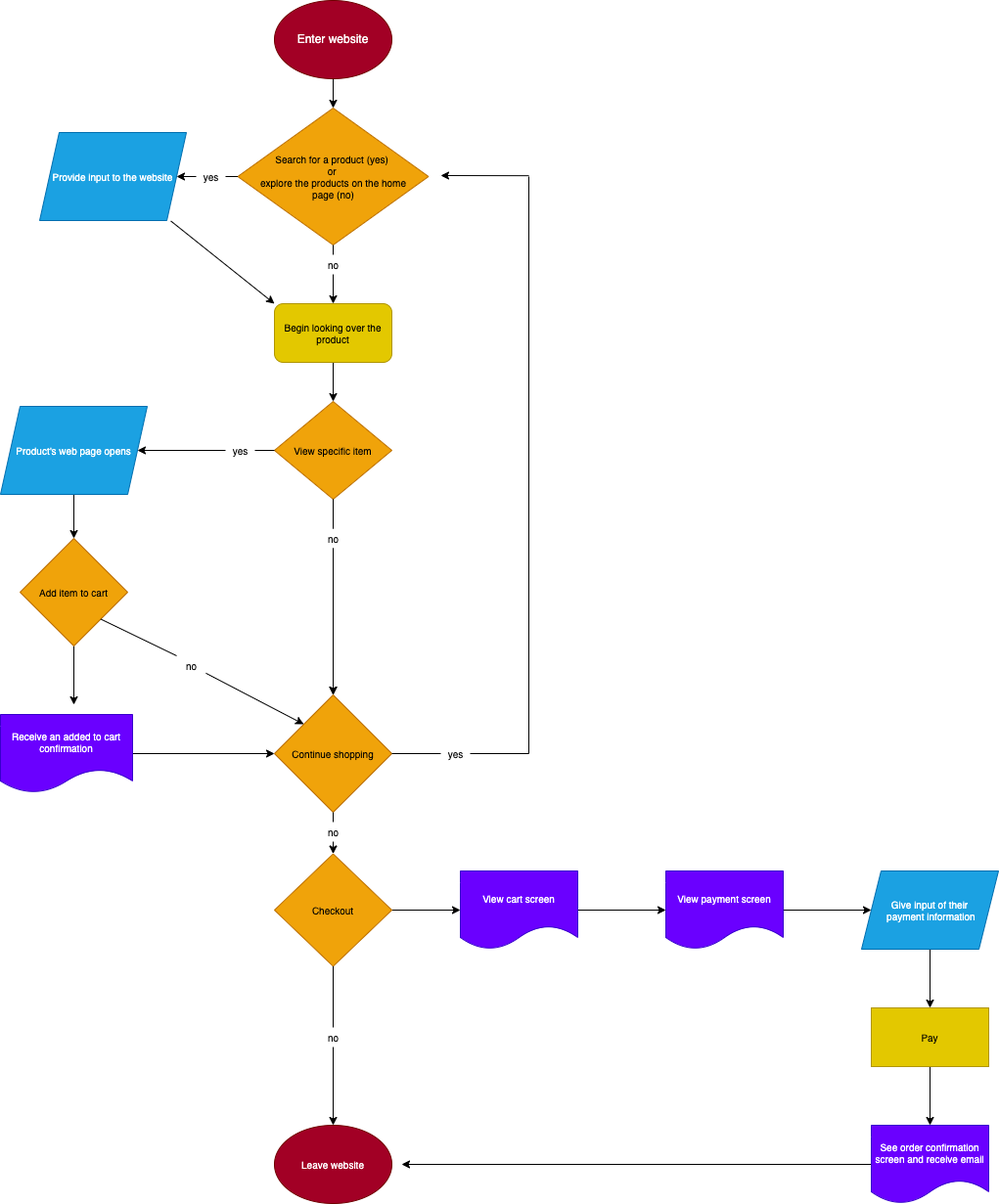
This is explore/diagramming/diagram.drawio.png from gdietz8/fa22-cse110-lab4, a draw.io export, as it was before one commit. Source tidied: cells renumbered, new cells last; positions are measured from the earlier drawing's top-left corner, leaving out a move shared by most shapes. Source of this version:
```xml
<mxGraphModel>
  <root>
    <mxCell id="0" />
    <mxCell id="1" parent="0" />
    <mxCell id="2" style="edgeStyle=none;html=1;fontFamily=Helvetica;fontSize=10;" parent="1" edge="1" source="3" target="6">
      <mxGeometry relative="1" as="geometry" />
    </mxCell>
    <mxCell id="3" value="Enter website" style="ellipse;whiteSpace=wrap;html=1;fontFamily=Helvetica;fillColor=#a20025;fontColor=#ffffff;strokeColor=#6F0000;" parent="1" vertex="1">
      <mxGeometry x="280" width="120" height="80" as="geometry" />
    </mxCell>
    <mxCell id="4" style="edgeStyle=none;html=1;fontFamily=Helvetica;fontSize=10;startArrow=none;" parent="1" edge="1" source="15" target="8">
      <mxGeometry relative="1" as="geometry" />
    </mxCell>
    <mxCell id="5" style="edgeStyle=none;html=1;fontFamily=Helvetica;fontSize=10;startArrow=none;" parent="1" edge="1" source="17" target="10">
      <mxGeometry relative="1" as="geometry" />
    </mxCell>
    <mxCell id="6" value="Search for a product (yes) &lt;br&gt;or &lt;br&gt;explore the products on the home&lt;br&gt;page (no)" style="rhombus;whiteSpace=wrap;html=1;fontFamily=Helvetica;fontSize=10;fillColor=#f0a30a;fontColor=#000000;strokeColor=#BD7000;" parent="1" vertex="1">
      <mxGeometry x="242.5" y="110" width="195" height="140" as="geometry" />
    </mxCell>
    <mxCell id="7" style="edgeStyle=none;html=1;fontFamily=Helvetica;fontSize=10;entryX=0;entryY=0;entryDx=0;entryDy=0;exitX=0.894;exitY=1.005;exitDx=0;exitDy=0;exitPerimeter=0;" parent="1" edge="1" source="8" target="10">
      <mxGeometry relative="1" as="geometry" />
    </mxCell>
    <mxCell id="8" value="Provide input to the website" style="shape=parallelogram;perimeter=parallelogramPerimeter;whiteSpace=wrap;html=1;fixedSize=1;fontFamily=Helvetica;fontSize=10;fillColor=#1ba1e2;fontColor=#ffffff;strokeColor=#006EAF;" parent="1" vertex="1">
      <mxGeometry x="40" y="135" width="150" height="90" as="geometry" />
    </mxCell>
    <mxCell id="9" style="edgeStyle=none;html=1;fontFamily=Helvetica;fontSize=10;" parent="1" edge="1" source="10" target="14">
      <mxGeometry relative="1" as="geometry" />
    </mxCell>
    <mxCell id="10" value="Begin looking over the product" style="rounded=1;whiteSpace=wrap;html=1;fontSize=10;fillColor=#e3c800;fontColor=#000000;strokeColor=#B09500;" parent="1" vertex="1">
      <mxGeometry x="280" y="310" width="120" height="60" as="geometry" />
    </mxCell>
    <mxCell id="11" style="edgeStyle=none;html=1;fontFamily=Helvetica;fontSize=10;startArrow=none;" parent="1" edge="1" source="29" target="20">
      <mxGeometry relative="1" as="geometry" />
    </mxCell>
    <mxCell id="12" style="edgeStyle=none;html=1;fontFamily=Helvetica;fontSize=10;startArrow=none;" parent="1" edge="1" source="27" target="25">
      <mxGeometry relative="1" as="geometry" />
    </mxCell>
    <mxCell id="13" style="edgeStyle=none;html=1;fontFamily=Helvetica;fontSize=10;startArrow=none;" parent="1" edge="1" source="27" target="25">
      <mxGeometry relative="1" as="geometry" />
    </mxCell>
    <mxCell id="14" value="View specific item" style="rhombus;whiteSpace=wrap;html=1;fontFamily=Helvetica;fontSize=10;fillColor=#f0a30a;fontColor=#000000;strokeColor=#BD7000;" parent="1" vertex="1">
      <mxGeometry x="280" y="410" width="120" height="100" as="geometry" />
    </mxCell>
    <mxCell id="15" value="yes" style="text;html=1;align=center;verticalAlign=middle;points=[];fillColor=none;strokeColor=none;rounded=0;fontFamily=Helvetica;fontSize=10;" parent="1" vertex="1">
      <mxGeometry x="200" y="170" width="30" height="20" as="geometry" />
    </mxCell>
    <mxCell id="16" style="edgeStyle=none;html=1;fontFamily=Helvetica;fontSize=10;endArrow=none;" parent="1" edge="1" source="6" target="15">
      <mxGeometry relative="1" as="geometry" />
    </mxCell>
    <mxCell id="17" value="no" style="text;html=1;align=center;verticalAlign=middle;points=[];fillColor=none;strokeColor=none;rounded=0;fontFamily=Helvetica;fontSize=10;" parent="1" vertex="1">
      <mxGeometry x="325" y="260" width="30" height="20" as="geometry" />
    </mxCell>
    <mxCell id="18" style="edgeStyle=none;html=1;fontFamily=Helvetica;fontSize=10;endArrow=none;" parent="1" edge="1" source="6" target="17">
      <mxGeometry relative="1" as="geometry" />
    </mxCell>
    <mxCell id="19" style="edgeStyle=none;html=1;fontFamily=Helvetica;fontSize=10;" parent="1" edge="1" source="20" target="23">
      <mxGeometry relative="1" as="geometry" />
    </mxCell>
    <mxCell id="20" value="Product's web page opens" style="shape=parallelogram;perimeter=parallelogramPerimeter;whiteSpace=wrap;html=1;fixedSize=1;fontFamily=Helvetica;fontSize=10;fillColor=#1ba1e2;fontColor=#ffffff;strokeColor=#006EAF;" parent="1" vertex="1">
      <mxGeometry y="415" width="150" height="90" as="geometry" />
    </mxCell>
    <mxCell id="21" style="edgeStyle=none;html=1;fontFamily=Helvetica;fontSize=10;entryX=0;entryY=0;entryDx=0;entryDy=0;startArrow=none;" parent="1" edge="1" source="31" target="25">
      <mxGeometry relative="1" as="geometry" />
    </mxCell>
    <mxCell id="22" style="edgeStyle=none;html=1;fontFamily=Helvetica;fontSize=10;" parent="1" edge="1" source="23">
      <mxGeometry relative="1" as="geometry">
        <mxPoint x="75" y="720" as="targetPoint" />
      </mxGeometry>
    </mxCell>
    <mxCell id="23" value="Add item to cart" style="rhombus;whiteSpace=wrap;html=1;fontFamily=Helvetica;fontSize=10;fillColor=#f0a30a;fontColor=#000000;strokeColor=#BD7000;" parent="1" vertex="1">
      <mxGeometry x="20" y="550" width="110" height="110" as="geometry" />
    </mxCell>
    <mxCell id="24" style="edgeStyle=none;html=1;fontFamily=Helvetica;fontSize=10;startArrow=none;" parent="1" edge="1" source="43" target="42">
      <mxGeometry relative="1" as="geometry" />
    </mxCell>
    <mxCell id="25" value="Continue shopping" style="rhombus;whiteSpace=wrap;html=1;fontFamily=Helvetica;fontSize=10;fillColor=#f0a30a;fontColor=#000000;strokeColor=#BD7000;" parent="1" vertex="1">
      <mxGeometry x="280" y="710" width="120" height="120" as="geometry" />
    </mxCell>
    <mxCell id="26" style="edgeStyle=none;html=1;fontFamily=Helvetica;fontSize=10;endArrow=none;" parent="1" edge="1" source="14" target="27">
      <mxGeometry relative="1" as="geometry" />
    </mxCell>
    <mxCell id="27" value="no" style="text;html=1;align=center;verticalAlign=middle;points=[];fillColor=none;strokeColor=none;rounded=0;fontFamily=Helvetica;fontSize=10;" parent="1" vertex="1">
      <mxGeometry x="325" y="540" width="30" height="20" as="geometry" />
    </mxCell>
    <mxCell id="28" style="edgeStyle=none;html=1;fontFamily=Helvetica;fontSize=10;endArrow=none;" parent="1" edge="1" source="14" target="27">
      <mxGeometry relative="1" as="geometry" />
    </mxCell>
    <mxCell id="29" value="yes" style="text;html=1;align=center;verticalAlign=middle;points=[];fillColor=none;strokeColor=none;rounded=0;fontFamily=Helvetica;fontSize=10;" parent="1" vertex="1">
      <mxGeometry x="230" y="450" width="30" height="20" as="geometry" />
    </mxCell>
    <mxCell id="30" style="edgeStyle=none;html=1;fontFamily=Helvetica;fontSize=10;endArrow=none;" parent="1" edge="1" source="14" target="29">
      <mxGeometry relative="1" as="geometry" />
    </mxCell>
    <mxCell id="31" value="no" style="text;html=1;align=center;verticalAlign=middle;points=[];fillColor=none;strokeColor=none;rounded=0;fontFamily=Helvetica;fontSize=10;" parent="1" vertex="1">
      <mxGeometry x="180" y="670" width="30" height="20" as="geometry" />
    </mxCell>
    <mxCell id="32" style="edgeStyle=none;html=1;fontFamily=Helvetica;fontSize=10;entryX=0;entryY=0;entryDx=0;entryDy=0;endArrow=none;exitX=1;exitY=1;exitDx=0;exitDy=0;" parent="1" edge="1" source="23" target="31">
      <mxGeometry relative="1" as="geometry" />
    </mxCell>
    <mxCell id="33" style="edgeStyle=none;html=1;fontFamily=Helvetica;fontSize=10;entryX=0;entryY=0.5;entryDx=0;entryDy=0;" parent="1" edge="1" source="34" target="25">
      <mxGeometry relative="1" as="geometry" />
    </mxCell>
    <mxCell id="34" value="Receive an added to cart confirmation" style="shape=document;whiteSpace=wrap;html=1;boundedLbl=1;fontFamily=Helvetica;fontSize=10;fillColor=#6a00ff;fontColor=#ffffff;strokeColor=#3700CC;" parent="1" vertex="1">
      <mxGeometry y="730" width="135" height="80" as="geometry" />
    </mxCell>
    <mxCell id="35" style="endArrow=none;html=1;fontFamily=Helvetica;fontSize=10;startArrow=none;" parent="1" edge="1" source="38">
      <mxGeometry relative="1" as="geometry">
        <mxPoint x="540" y="770" as="targetPoint" />
      </mxGeometry>
    </mxCell>
    <mxCell id="36" style="endArrow=none;html=1;fontFamily=Helvetica;fontSize=10;" parent="1" edge="1">
      <mxGeometry relative="1" as="geometry">
        <mxPoint x="540" y="770" as="sourcePoint" />
        <mxPoint x="540" y="180" as="targetPoint" />
      </mxGeometry>
    </mxCell>
    <mxCell id="37" style="endArrow=classic;html=1;fontFamily=Helvetica;fontSize=10;" parent="1" edge="1">
      <mxGeometry relative="1" as="geometry">
        <mxPoint x="540" y="179.2" as="sourcePoint" />
        <mxPoint x="450" y="179" as="targetPoint" />
      </mxGeometry>
    </mxCell>
    <mxCell id="38" value="yes" style="text;html=1;align=center;verticalAlign=middle;points=[];fillColor=none;strokeColor=none;rounded=0;fontFamily=Helvetica;fontSize=10;" parent="1" vertex="1">
      <mxGeometry x="450" y="760" width="30" height="20" as="geometry" />
    </mxCell>
    <mxCell id="39" style="endArrow=none;html=1;fontFamily=Helvetica;fontSize=10;" parent="1" edge="1" target="38">
      <mxGeometry relative="1" as="geometry">
        <mxPoint x="400" y="770" as="sourcePoint" />
      </mxGeometry>
    </mxCell>
    <mxCell id="40" style="edgeStyle=none;html=1;exitX=0.5;exitY=1;exitDx=0;exitDy=0;entryX=0.5;entryY=0;entryDx=0;entryDy=0;fontFamily=Helvetica;fontSize=10;startArrow=none;" parent="1" edge="1" source="46" target="45">
      <mxGeometry relative="1" as="geometry" />
    </mxCell>
    <mxCell id="41" style="edgeStyle=none;html=1;exitX=1;exitY=0.5;exitDx=0;exitDy=0;entryX=0;entryY=0.5;entryDx=0;entryDy=0;fontFamily=Helvetica;fontSize=10;" parent="1" edge="1" source="42" target="49">
      <mxGeometry relative="1" as="geometry" />
    </mxCell>
    <mxCell id="42" value="Checkout" style="rhombus;whiteSpace=wrap;html=1;fontFamily=Helvetica;fontSize=10;fillColor=#f0a30a;fontColor=#000000;strokeColor=#BD7000;" parent="1" vertex="1">
      <mxGeometry x="280" y="872.5" width="120" height="115" as="geometry" />
    </mxCell>
    <mxCell id="43" value="no" style="text;html=1;align=center;verticalAlign=middle;points=[];fillColor=none;strokeColor=none;rounded=0;fontFamily=Helvetica;fontSize=10;" parent="1" vertex="1">
      <mxGeometry x="325" y="840" width="30" height="20" as="geometry" />
    </mxCell>
    <mxCell id="44" style="edgeStyle=none;html=1;fontFamily=Helvetica;fontSize=10;endArrow=none;" parent="1" edge="1" source="25" target="43">
      <mxGeometry relative="1" as="geometry" />
    </mxCell>
    <mxCell id="45" value="Leave website" style="ellipse;whiteSpace=wrap;html=1;fontFamily=Helvetica;fontSize=10;fillColor=#a20025;fontColor=#ffffff;strokeColor=#6F0000;" parent="1" vertex="1">
      <mxGeometry x="280" y="1150" width="120" height="80" as="geometry" />
    </mxCell>
    <mxCell id="46" value="no" style="text;html=1;align=center;verticalAlign=middle;points=[];fillColor=none;strokeColor=none;rounded=0;fontFamily=Helvetica;fontSize=10;" parent="1" vertex="1">
      <mxGeometry x="325" y="1050" width="30" height="20" as="geometry" />
    </mxCell>
    <mxCell id="47" style="edgeStyle=none;html=1;exitX=0.5;exitY=1;exitDx=0;exitDy=0;entryX=0.5;entryY=0;entryDx=0;entryDy=0;fontFamily=Helvetica;fontSize=10;endArrow=none;" parent="1" edge="1" source="42" target="46">
      <mxGeometry relative="1" as="geometry" />
    </mxCell>
    <mxCell id="48" style="edgeStyle=none;html=1;exitX=1;exitY=0.5;exitDx=0;exitDy=0;entryX=0;entryY=0.5;entryDx=0;entryDy=0;fontFamily=Helvetica;fontSize=10;" parent="1" edge="1" source="49" target="51">
      <mxGeometry relative="1" as="geometry" />
    </mxCell>
    <mxCell id="49" value="View cart screen" style="shape=document;whiteSpace=wrap;html=1;boundedLbl=1;fontFamily=Helvetica;fontSize=10;fillColor=#6a00ff;fontColor=#ffffff;strokeColor=#3700CC;" parent="1" vertex="1">
      <mxGeometry x="470" y="890" width="120" height="80" as="geometry" />
    </mxCell>
    <mxCell id="50" style="edgeStyle=none;html=1;exitX=1;exitY=0.5;exitDx=0;exitDy=0;fontFamily=Helvetica;fontSize=10;" parent="1" edge="1" source="51" target="53">
      <mxGeometry relative="1" as="geometry" />
    </mxCell>
    <mxCell id="51" value="View payment screen" style="shape=document;whiteSpace=wrap;html=1;boundedLbl=1;fontFamily=Helvetica;fontSize=10;fillColor=#6a00ff;fontColor=#ffffff;strokeColor=#3700CC;" parent="1" vertex="1">
      <mxGeometry x="680" y="890" width="120" height="80" as="geometry" />
    </mxCell>
    <mxCell id="52" style="edgeStyle=none;html=1;exitX=0.5;exitY=1;exitDx=0;exitDy=0;entryX=0.5;entryY=0;entryDx=0;entryDy=0;fontFamily=Helvetica;fontSize=10;" parent="1" edge="1" source="53" target="55">
      <mxGeometry relative="1" as="geometry" />
    </mxCell>
    <mxCell id="53" value="Give input of their&lt;br&gt;&amp;nbsp;payment information" style="shape=parallelogram;perimeter=parallelogramPerimeter;whiteSpace=wrap;html=1;fixedSize=1;fontFamily=Helvetica;fontSize=10;fillColor=#1ba1e2;fontColor=#ffffff;strokeColor=#006EAF;" parent="1" vertex="1">
      <mxGeometry x="880" y="890" width="140" height="80" as="geometry" />
    </mxCell>
    <mxCell id="54" style="edgeStyle=none;html=1;exitX=0.5;exitY=1;exitDx=0;exitDy=0;entryX=0.5;entryY=0;entryDx=0;entryDy=0;fontFamily=Helvetica;fontSize=10;" parent="1" edge="1" source="55" target="57">
      <mxGeometry relative="1" as="geometry" />
    </mxCell>
    <mxCell id="55" value="Pay" style="rounded=0;whiteSpace=wrap;html=1;fontFamily=Helvetica;fontSize=10;fillColor=#e3c800;fontColor=#000000;strokeColor=#B09500;" parent="1" vertex="1">
      <mxGeometry x="890" y="1030" width="120" height="60" as="geometry" />
    </mxCell>
    <mxCell id="56" style="edgeStyle=none;html=1;exitX=0;exitY=0.5;exitDx=0;exitDy=0;fontFamily=Helvetica;fontSize=10;" parent="1" edge="1" source="57">
      <mxGeometry relative="1" as="geometry">
        <mxPoint x="410" y="1190" as="targetPoint" />
      </mxGeometry>
    </mxCell>
    <mxCell id="57" value="See order confirmation screen and receive email" style="shape=document;whiteSpace=wrap;html=1;boundedLbl=1;fontFamily=Helvetica;fontSize=10;fillColor=#6a00ff;fontColor=#ffffff;strokeColor=#3700CC;" parent="1" vertex="1">
      <mxGeometry x="890" y="1150" width="120" height="80" as="geometry" />
    </mxCell>
  </root>
</mxGraphModel>
```
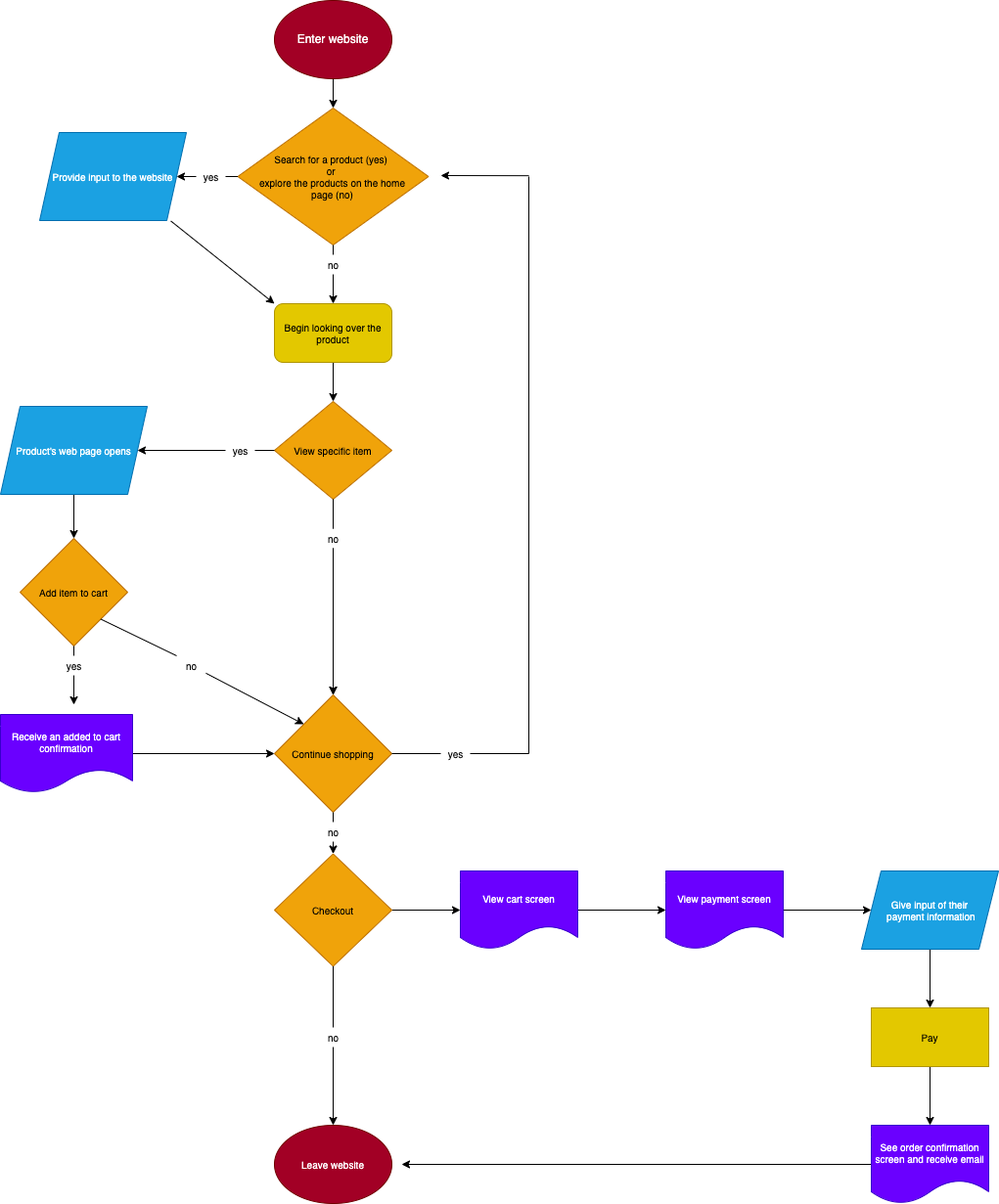
After the commit.

Diff of the diagram source:
```diff
@@ -62,7 +62,7 @@
     <mxCell id="21" style="edgeStyle=none;html=1;fontFamily=Helvetica;fontSize=10;entryX=0;entryY=0;entryDx=0;entryDy=0;startArrow=none;" parent="1" edge="1" source="31" target="25">
       <mxGeometry relative="1" as="geometry" />
     </mxCell>
-    <mxCell id="22" style="edgeStyle=none;html=1;fontFamily=Helvetica;fontSize=10;" parent="1" edge="1" source="23">
+    <mxCell id="22" style="edgeStyle=none;html=1;fontFamily=Helvetica;fontSize=10;startArrow=none;" parent="1" edge="1" source="58">
       <mxGeometry relative="1" as="geometry">
         <mxPoint x="75" y="720" as="targetPoint" />
       </mxGeometry>
@@ -184,5 +184,11 @@
     <mxCell id="57" value="See order confirmation screen and receive email" style="shape=document;whiteSpace=wrap;html=1;boundedLbl=1;fontFamily=Helvetica;fontSize=10;fillColor=#6a00ff;fontColor=#ffffff;strokeColor=#3700CC;" parent="1" vertex="1">
       <mxGeometry x="890" y="1150" width="120" height="80" as="geometry" />
     </mxCell>
+    <mxCell id="58" value="yes" style="text;html=1;align=center;verticalAlign=middle;points=[];fillColor=none;strokeColor=none;rounded=0;fontFamily=Helvetica;fontSize=10;" parent="1" vertex="1">
+      <mxGeometry x="60" y="670" width="30" height="20" as="geometry" />
+    </mxCell>
+    <mxCell id="59" style="edgeStyle=none;html=1;fontFamily=Helvetica;fontSize=10;endArrow=none;" parent="1" edge="1" source="23" target="58">
+      <mxGeometry relative="1" as="geometry" />
+    </mxCell>
   </root>
 </mxGraphModel>
```
